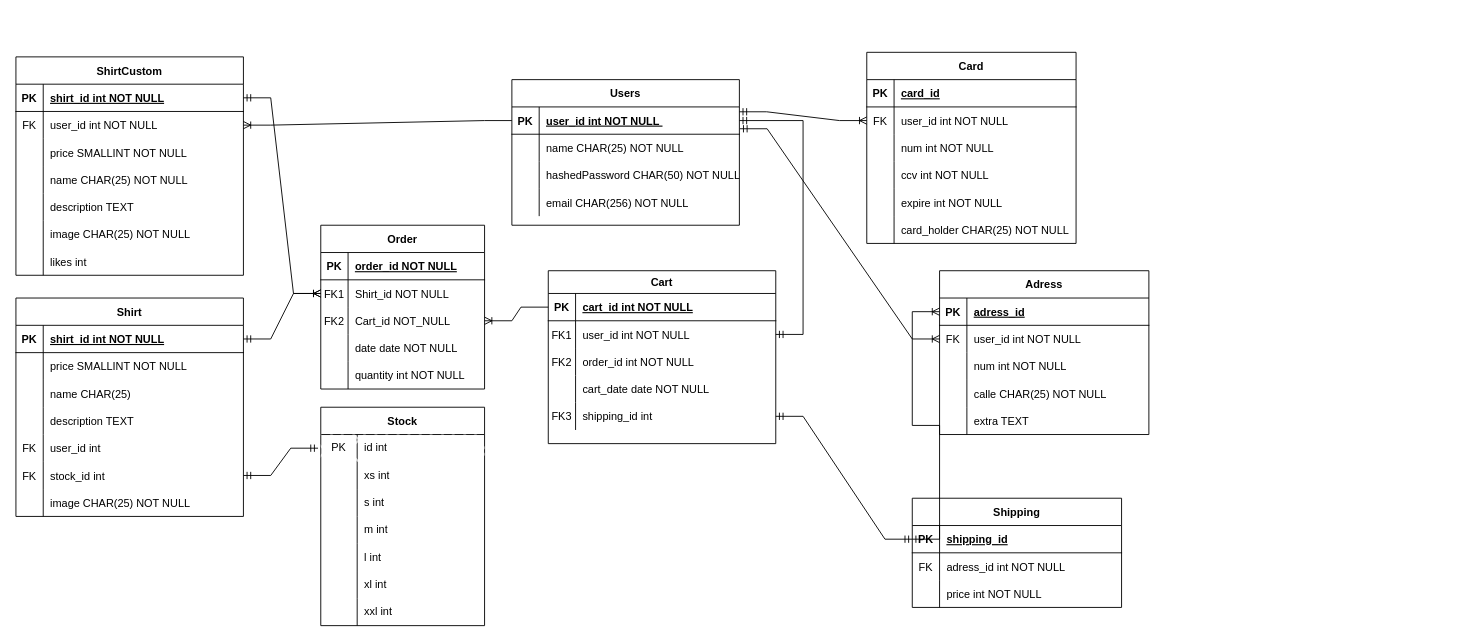
The draw.io diagram diagramaSelfInf.drawio in LeonNegrete/grupo_2_SelfInd, before the edit. Source tidied: cells renumbered, new cells numbered last; positions are measured from the earlier drawing's top-left corner, leaving out a move shared by most shapes. Both pictures are drawn from the tidied source at 91%, with x=0, y=0 at pixel (15, 52).
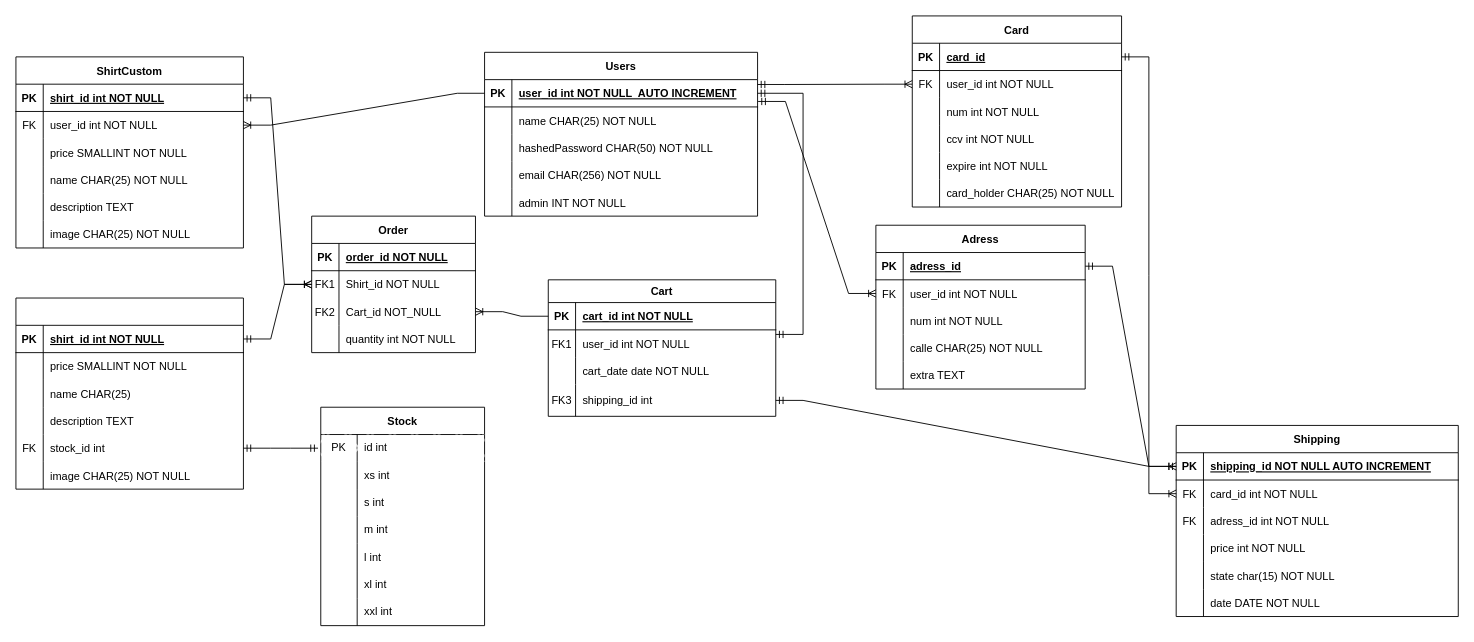
Above is the later version.

The change refers to these unchanged cells:
```xml
<mxCell id="120" style="shape=tableRow;horizontal=0;startSize=0;swimlaneHead=0;swimlaneBody=0;fillColor=none;points=[[0,0.5],[1,0.5]];portConstraint=eastwest;top=0;left=0;right=0;bottom=1;" parent="119" vertex="1">
  <mxGeometry y="30" width="230" height="30" as="geometry" />
</mxCell>
<mxCell id="140" style="shape=tableRow;horizontal=0;startSize=0;swimlaneHead=0;swimlaneBody=0;fillColor=none;points=[[0,0.5],[1,0.5]];portConstraint=eastwest;top=0;left=0;right=0;bottom=1;" parent="139" vertex="1">
  <mxGeometry y="30" width="230" height="30" as="geometry" />
</mxCell>
```

Diff of the diagram source:
```diff
@@
     <mxCell id="2" value="Cart" style="shape=table;startSize=25;childLayout=tableLayout;rowLines=0;fontStyle=1;align=center;" parent="1" vertex="1">
-      <mxGeometry x="585" y="240" width="250" height="190" as="geometry" />
+      <mxGeometry x="585" y="250" width="250" height="150" as="geometry" />
     </mxCell>
@@
-    <mxCell id="9" style="shape=partialRectangle;fillColor=none;top=0;left=0;right=0;bottom=0;" parent="2" vertex="1">
-      <mxGeometry y="85" width="250" height="30" as="geometry" />
-    </mxCell>
-    <mxCell id="10" value="FK2" style="shape=partialRectangle;overflow=hidden;fillColor=none;top=0;left=0;bottom=0;right=0;" parent="9" vertex="1">
-      <mxGeometry width="30" height="30" as="geometry" />
-    </mxCell>
-    <mxCell id="11" value="order_id int NOT NULL" style="shape=partialRectangle;overflow=hidden;fillColor=none;top=0;left=0;bottom=0;right=0;align=left;spacingLeft=6;" parent="9" vertex="1">
-      <mxGeometry x="30" width="220" height="30" as="geometry" />
-    </mxCell>
     <mxCell id="12" style="shape=partialRectangle;fillColor=none;top=0;left=0;right=0;bottom=0;" parent="2" vertex="1">
-      <mxGeometry y="115" width="250" height="30" as="geometry" />
+      <mxGeometry y="85" width="250" height="30" as="geometry" />
     </mxCell>
@@
     <mxCell id="15" style="shape=partialRectangle;fillColor=none;points=[[0,0.5],[1,0.5]];portConstraint=eastwest;top=0;left=0;right=0;bottom=0;" parent="2" vertex="1">
-      <mxGeometry y="145" width="250" height="30" as="geometry" />
+      <mxGeometry y="115" width="250" height="35" as="geometry" />
     </mxCell>
     <mxCell id="16" value="FK3" style="shape=partialRectangle;overflow=hidden;fillColor=none;top=0;left=0;bottom=0;right=0;" parent="15" vertex="1">
-      <mxGeometry width="30" height="30" as="geometry" />
+      <mxGeometry width="30" height="35" as="geometry" />
     </mxCell>
     <mxCell id="17" value="shipping_id int" style="shape=partialRectangle;overflow=hidden;fillColor=none;top=0;left=0;bottom=0;right=0;align=left;spacingLeft=6;" parent="15" vertex="1">
-      <mxGeometry x="30" width="220" height="30" as="geometry" />
+      <mxGeometry x="30" width="220" height="35" as="geometry" />
     </mxCell>
     <mxCell id="18" value="Users" style="shape=table;startSize=30;childLayout=tableLayout;rowLines=0;fontStyle=1;align=center;" parent="1" vertex="1">
-      <mxGeometry x="545" y="30" width="250" height="160" as="geometry" />
+      <mxGeometry x="515" width="300" height="180" as="geometry" />
     </mxCell>
     <mxCell id="19" style="shape=partialRectangle;fillColor=none;points=[[0,0.5],[1,0.5]];portConstraint=eastwest;top=0;left=0;right=0;bottom=1;" parent="18" vertex="1">
-      <mxGeometry y="30" width="250" height="30" as="geometry" />
+      <mxGeometry y="30" width="300" height="30" as="geometry" />
     </mxCell>
@@
-    <mxCell id="21" value="user_id int NOT NULL " style="shape=partialRectangle;overflow=hidden;fillColor=none;top=0;left=0;bottom=0;right=0;align=left;spacingLeft=6;fontStyle=5;" parent="19" vertex="1">
-      <mxGeometry x="30" width="220" height="30" as="geometry" />
+    <mxCell id="21" value="user_id int NOT NULL  AUTO INCREMENT" style="shape=partialRectangle;overflow=hidden;fillColor=none;top=0;left=0;bottom=0;right=0;align=left;spacingLeft=6;fontStyle=5;" parent="19" vertex="1">
+      <mxGeometry x="30" width="270" height="30" as="geometry" />
     </mxCell>
     <mxCell id="22" style="shape=partialRectangle;fillColor=none;top=0;left=0;right=0;bottom=0;" parent="18" vertex="1">
-      <mxGeometry y="60" width="250" height="30" as="geometry" />
+      <mxGeometry y="60" width="300" height="30" as="geometry" />
     </mxCell>
@@
     <mxCell id="24" value="name CHAR(25) NOT NULL" style="shape=partialRectangle;overflow=hidden;fillColor=none;top=0;left=0;bottom=0;right=0;align=left;spacingLeft=6;" parent="22" vertex="1">
-      <mxGeometry x="30" width="220" height="30" as="geometry" />
+      <mxGeometry x="30" width="270" height="30" as="geometry" />
     </mxCell>
     <mxCell id="25" style="shape=partialRectangle;fillColor=none;top=0;left=0;right=0;bottom=0;" parent="18" vertex="1">
-      <mxGeometry y="90" width="250" height="30" as="geometry" />
+      <mxGeometry y="90" width="300" height="30" as="geometry" />
     </mxCell>
@@
     <mxCell id="27" value="hashedPassword CHAR(50) NOT NULL" style="shape=partialRectangle;overflow=hidden;fillColor=none;top=0;left=0;bottom=0;right=0;align=left;spacingLeft=6;" parent="25" vertex="1">
-      <mxGeometry x="30" width="220" height="30" as="geometry" />
+      <mxGeometry x="30" width="270" height="30" as="geometry" />
     </mxCell>
     <mxCell id="28" style="shape=partialRectangle;fillColor=none;top=0;left=0;right=0;bottom=0;" parent="18" vertex="1">
-      <mxGeometry y="120" width="250" height="30" as="geometry" />
+      <mxGeometry y="120" width="300" height="30" as="geometry" />
     </mxCell>
@@
     <mxCell id="30" value="email CHAR(256) NOT NULL" style="shape=partialRectangle;overflow=hidden;fillColor=none;top=0;left=0;bottom=0;right=0;align=left;spacingLeft=6;" parent="28" vertex="1">
-      <mxGeometry x="30" width="220" height="30" as="geometry" />
+      <mxGeometry x="30" width="270" height="30" as="geometry" />
     </mxCell>
+    <mxCell id="168" style="shape=partialRectangle;fillColor=none;top=0;left=0;right=0;bottom=0;" parent="18" vertex="1">
+      <mxGeometry y="150" width="300" height="30" as="geometry" />
+    </mxCell>
+    <mxCell id="169" style="shape=partialRectangle;overflow=hidden;fillColor=none;top=0;left=0;bottom=0;right=0;" parent="168" vertex="1">
+      <mxGeometry width="30" height="30" as="geometry" />
+    </mxCell>
+    <mxCell id="170" value="admin INT NOT NULL" style="shape=partialRectangle;overflow=hidden;fillColor=none;top=0;left=0;bottom=0;right=0;align=left;spacingLeft=6;" parent="168" vertex="1">
+      <mxGeometry x="30" width="270" height="30" as="geometry" />
+    </mxCell>
-    <mxCell id="31" value="Shirt" style="shape=table;startSize=30;childLayout=tableLayout;rowLines=0;fontStyle=1;align=center;" parent="1" vertex="1">
-      <mxGeometry y="270" width="250" height="240" as="geometry" />
+    <mxCell id="31" value=" " style="shape=table;startSize=30;childLayout=tableLayout;rowLines=0;fontStyle=1;align=center;" parent="1" vertex="1">
+      <mxGeometry y="270" width="250" height="210" as="geometry" />
     </mxCell>
@@
-    <mxCell id="44" style="shape=tableRow;horizontal=0;startSize=0;swimlaneHead=0;swimlaneBody=0;fillColor=none;top=0;left=0;right=0;bottom=0;" parent="31" vertex="1">
-      <mxGeometry y="150" width="250" height="30" as="geometry" />
-    </mxCell>
-    <mxCell id="45" value="FK" style="shape=partialRectangle;fillColor=none;top=0;left=0;bottom=0;right=0;overflow=hidden;" parent="44" vertex="1">
-      <mxGeometry width="30" height="30" as="geometry" />
-    </mxCell>
-    <mxCell id="46" value="user_id int" style="shape=partialRectangle;fillColor=none;top=0;left=0;bottom=0;right=0;align=left;spacingLeft=6;overflow=hidden;" parent="44" vertex="1">
-      <mxGeometry x="30" width="220" height="30" as="geometry" />
-    </mxCell>
     <mxCell id="47" style="shape=tableRow;horizontal=0;startSize=0;swimlaneHead=0;swimlaneBody=0;fillColor=none;points=[[0,0.5],[1,0.5]];portConstraint=eastwest;top=0;left=0;right=0;bottom=0;" parent="31" vertex="1">
-      <mxGeometry y="180" width="250" height="30" as="geometry" />
+      <mxGeometry y="150" width="250" height="30" as="geometry" />
     </mxCell>
@@
     <mxCell id="50" style="shape=tableRow;horizontal=0;startSize=0;swimlaneHead=0;swimlaneBody=0;fillColor=none;top=0;left=0;right=0;bottom=0;" parent="31" vertex="1">
-      <mxGeometry y="210" width="250" height="30" as="geometry" />
+      <mxGeometry y="180" width="250" height="30" as="geometry" />
     </mxCell>
@@
     <mxCell id="53" value="Order" style="shape=table;startSize=30;childLayout=tableLayout;rowLines=0;fontStyle=1;align=center;" parent="1" vertex="1">
-      <mxGeometry x="335" y="190" width="180" height="180" as="geometry" />
+      <mxGeometry x="325" y="180" width="180" height="150" as="geometry" />
     </mxCell>
@@
-    <mxCell id="63" style="shape=tableRow;horizontal=0;startSize=0;swimlaneHead=0;swimlaneBody=0;fillColor=none;top=0;left=0;right=0;bottom=0;" parent="53" vertex="1">
-      <mxGeometry y="120" width="180" height="30" as="geometry" />
-    </mxCell>
-    <mxCell id="64" style="shape=partialRectangle;fillColor=none;top=0;left=0;bottom=0;right=0;overflow=hidden;" parent="63" vertex="1">
-      <mxGeometry width="30" height="30" as="geometry" />
-    </mxCell>
-    <mxCell id="65" value="date date NOT NULL" style="shape=partialRectangle;fillColor=none;top=0;left=0;bottom=0;right=0;align=left;spacingLeft=6;overflow=hidden;" parent="63" vertex="1">
-      <mxGeometry x="30" width="150" height="30" as="geometry" />
-    </mxCell>
     <mxCell id="66" style="shape=tableRow;horizontal=0;startSize=0;swimlaneHead=0;swimlaneBody=0;fillColor=none;top=0;left=0;right=0;bottom=0;" parent="53" vertex="1">
-      <mxGeometry y="150" width="180" height="30" as="geometry" />
+      <mxGeometry y="120" width="180" height="30" as="geometry" />
     </mxCell>
@@
     <mxCell id="92" value="ShirtCustom" style="shape=table;startSize=30;childLayout=tableLayout;rowLines=0;fontStyle=1;align=center;" parent="1" vertex="1">
-      <mxGeometry y="5" width="250" height="240" as="geometry" />
+      <mxGeometry y="5" width="250" height="210" as="geometry" />
     </mxCell>
@@
-    <mxCell id="111" style="shape=tableRow;horizontal=0;startSize=0;swimlaneHead=0;swimlaneBody=0;fillColor=none;top=0;left=0;right=0;bottom=0;" parent="92" vertex="1">
-      <mxGeometry y="210" width="250" height="30" as="geometry" />
-    </mxCell>
-    <mxCell id="112" style="shape=partialRectangle;fillColor=none;top=0;left=0;bottom=0;right=0;overflow=hidden;" parent="111" vertex="1">
-      <mxGeometry width="30" height="30" as="geometry" />
-    </mxCell>
-    <mxCell id="113" value="likes int" style="shape=partialRectangle;fillColor=none;top=0;left=0;bottom=0;right=0;align=left;spacingLeft=6;overflow=hidden;" parent="111" vertex="1">
-      <mxGeometry x="30" width="220" height="30" as="geometry" />
-    </mxCell>
@@
     <mxCell id="119" value="Card" style="shape=table;startSize=30;childLayout=tableLayout;rowLines=0;fontStyle=1;align=center;" parent="1" vertex="1">
-      <mxGeometry x="935" width="230" height="210" as="geometry" />
+      <mxGeometry x="985" y="-40" width="230" height="210" as="geometry" />
     </mxCell>
@@
     <mxCell id="139" value="Adress" style="shape=table;startSize=30;childLayout=tableLayout;rowLines=0;fontStyle=1;align=center;" parent="1" vertex="1">
-      <mxGeometry x="1015" y="240" width="230" height="180" as="geometry" />
+      <mxGeometry x="945" y="190" width="230" height="180" as="geometry" />
     </mxCell>
@@
     <mxCell id="156" value="Shipping" style="shape=table;startSize=30;childLayout=tableLayout;rowLines=0;fontStyle=1;align=center;" parent="1" vertex="1">
-      <mxGeometry x="985" y="490" width="230" height="120" as="geometry" />
+      <mxGeometry x="1275" y="410" width="310" height="210" as="geometry" />
     </mxCell>
     <mxCell id="157" style="shape=tableRow;horizontal=0;startSize=0;swimlaneHead=0;swimlaneBody=0;fillColor=none;points=[[0,0.5],[1,0.5]];portConstraint=eastwest;top=0;left=0;right=0;bottom=1;" parent="156" vertex="1">
-      <mxGeometry y="30" width="230" height="30" as="geometry" />
+      <mxGeometry y="30" width="310" height="30" as="geometry" />
     </mxCell>
@@
-    <mxCell id="159" value="shipping_id" style="shape=partialRectangle;fillColor=none;top=0;left=0;bottom=0;right=0;align=left;spacingLeft=6;fontStyle=5;overflow=hidden;" parent="157" vertex="1">
-      <mxGeometry x="30" width="200" height="30" as="geometry" />
+    <mxCell id="159" value="shipping_id NOT NULL AUTO INCREMENT" style="shape=partialRectangle;fillColor=none;top=0;left=0;bottom=0;right=0;align=left;spacingLeft=6;fontStyle=5;overflow=hidden;" parent="157" vertex="1">
+      <mxGeometry x="30" width="280" height="30" as="geometry" />
     </mxCell>
+    <mxCell id="171" style="shape=tableRow;horizontal=0;startSize=0;swimlaneHead=0;swimlaneBody=0;fillColor=none;points=[[0,0.5],[1,0.5]];portConstraint=eastwest;top=0;left=0;right=0;bottom=0;" parent="156" vertex="1">
+      <mxGeometry y="60" width="310" height="30" as="geometry" />
+    </mxCell>
+    <mxCell id="45" value="FK" style="shape=partialRectangle;fillColor=none;top=0;left=0;bottom=0;right=0;overflow=hidden;" parent="171" vertex="1">
+      <mxGeometry width="30" height="30" as="geometry" />
+    </mxCell>
+    <mxCell id="172" value="card_id int NOT NULL" style="shape=partialRectangle;fillColor=none;top=0;left=0;bottom=0;right=0;align=left;spacingLeft=6;overflow=hidden;" parent="171" vertex="1">
+      <mxGeometry x="30" width="280" height="30" as="geometry" />
+    </mxCell>
     <mxCell id="160" style="shape=tableRow;horizontal=0;startSize=0;swimlaneHead=0;swimlaneBody=0;fillColor=none;top=0;left=0;right=0;bottom=0;" parent="156" vertex="1">
-      <mxGeometry y="60" width="230" height="30" as="geometry" />
+      <mxGeometry y="90" width="310" height="30" as="geometry" />
     </mxCell>
@@
     <mxCell id="162" value="adress_id int NOT NULL" style="shape=partialRectangle;fillColor=none;top=0;left=0;bottom=0;right=0;align=left;spacingLeft=6;overflow=hidden;" parent="160" vertex="1">
-      <mxGeometry x="30" width="200" height="30" as="geometry" />
+      <mxGeometry x="30" width="280" height="30" as="geometry" />
     </mxCell>
     <mxCell id="163" style="shape=tableRow;horizontal=0;startSize=0;swimlaneHead=0;swimlaneBody=0;fillColor=none;top=0;left=0;right=0;bottom=0;" parent="156" vertex="1">
-      <mxGeometry y="90" width="230" height="30" as="geometry" />
+      <mxGeometry y="120" width="310" height="30" as="geometry" />
     </mxCell>
@@
     <mxCell id="165" value="price int NOT NULL" style="shape=partialRectangle;fillColor=none;top=0;left=0;bottom=0;right=0;align=left;spacingLeft=6;overflow=hidden;" parent="163" vertex="1">
-      <mxGeometry x="30" width="200" height="30" as="geometry" />
+      <mxGeometry x="30" width="280" height="30" as="geometry" />
     </mxCell>
+    <mxCell id="173" style="shape=tableRow;horizontal=0;startSize=0;swimlaneHead=0;swimlaneBody=0;fillColor=none;top=0;left=0;right=0;bottom=0;" parent="156" vertex="1">
+      <mxGeometry y="150" width="310" height="30" as="geometry" />
+    </mxCell>
+    <mxCell id="174" style="shape=partialRectangle;fillColor=none;top=0;left=0;bottom=0;right=0;overflow=hidden;" parent="173" vertex="1">
+      <mxGeometry width="30" height="30" as="geometry" />
+    </mxCell>
+    <mxCell id="175" value="state char(15) NOT NULL" style="shape=partialRectangle;fillColor=none;top=0;left=0;bottom=0;right=0;align=left;spacingLeft=6;overflow=hidden;" parent="173" vertex="1">
+      <mxGeometry x="30" width="280" height="30" as="geometry" />
+    </mxCell>
+    <mxCell id="176" style="shape=tableRow;horizontal=0;startSize=0;swimlaneHead=0;swimlaneBody=0;fillColor=none;top=0;left=0;right=0;bottom=0;" parent="156" vertex="1">
+      <mxGeometry y="180" width="310" height="30" as="geometry" />
+    </mxCell>
+    <mxCell id="177" style="shape=partialRectangle;fillColor=none;top=0;left=0;bottom=0;right=0;overflow=hidden;" parent="176" vertex="1">
+      <mxGeometry width="30" height="30" as="geometry" />
+    </mxCell>
+    <mxCell id="178" value="date DATE NOT NULL" style="shape=partialRectangle;fillColor=none;top=0;left=0;bottom=0;right=0;align=left;spacingLeft=6;overflow=hidden;" parent="176" vertex="1">
+      <mxGeometry x="30" width="280" height="30" as="geometry" />
+    </mxCell>
@@
-    <mxCell id="167" style="edgeStyle=entityRelationEdgeStyle;fontSize=12;html=1;endArrow=ERoneToMany;startArrow=ERmandOne;rounded=0;entryX=0;entryY=0.5;entryDx=0;entryDy=0;exitX=0;exitY=0.5;exitDx=0;exitDy=0;" parent="1" edge="1" source="157" target="140">
+    <mxCell id="167" style="edgeStyle=entityRelationEdgeStyle;fontSize=12;html=1;endArrow=ERoneToMany;startArrow=ERmandOne;rounded=0;exitX=1;exitY=0.5;exitDx=0;exitDy=0;entryX=0;entryY=0.5;entryDx=0;entryDy=0;" parent="1" edge="1" source="140" target="157">
       <mxGeometry relative="1" as="geometry" />
     </mxCell>
+    <mxCell id="179" style="edgeStyle=entityRelationEdgeStyle;fontSize=12;html=1;endArrow=ERoneToMany;startArrow=ERmandOne;rounded=0;exitX=1;exitY=0.5;exitDx=0;exitDy=0;entryX=0;entryY=0.5;entryDx=0;entryDy=0;" parent="1" edge="1" source="120" target="171">
+      <mxGeometry relative="1" as="geometry" />
+    </mxCell>
```
